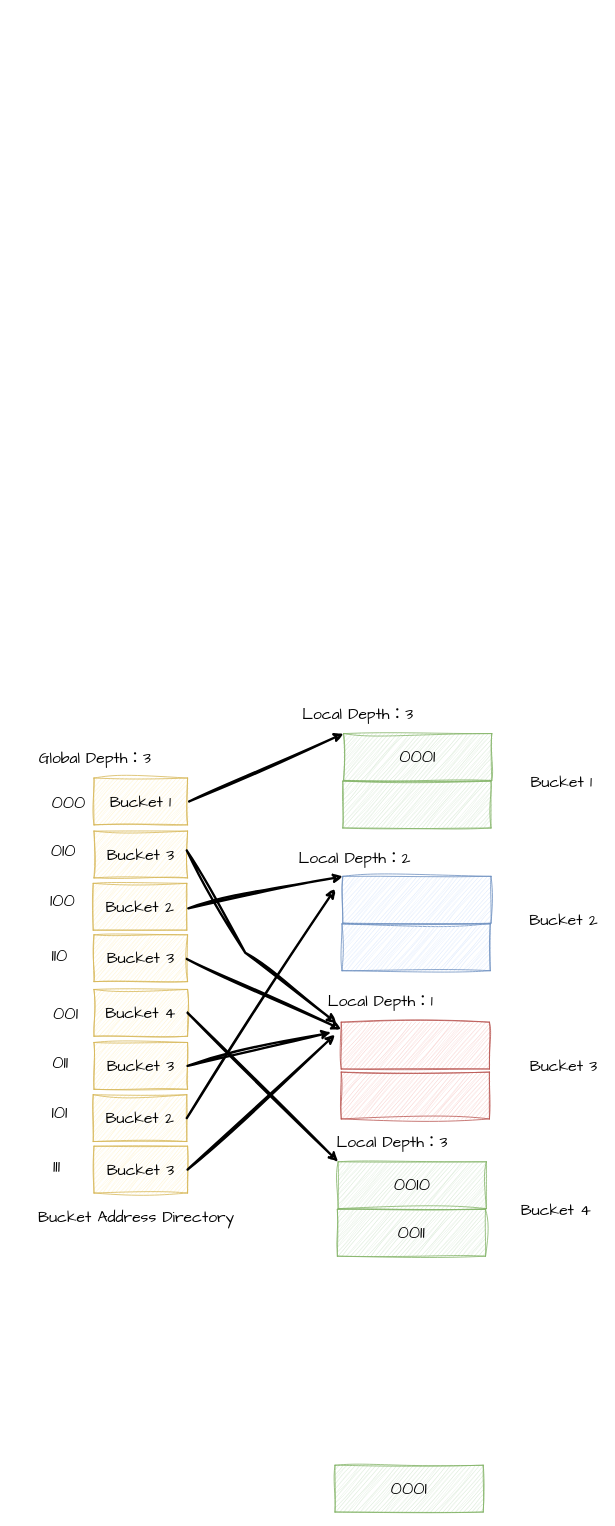
Before: blog.drawio in juruo-c/DrawIo, a draw.io diagram. Source tidied: cells renumbered, new cells numbered last; positions are measured from the earlier drawing's top-left corner, leaving out a move shared by most shapes. Both pictures are drawn from the tidied source at 78%, with x=0, y=0 at pixel (28, 700).
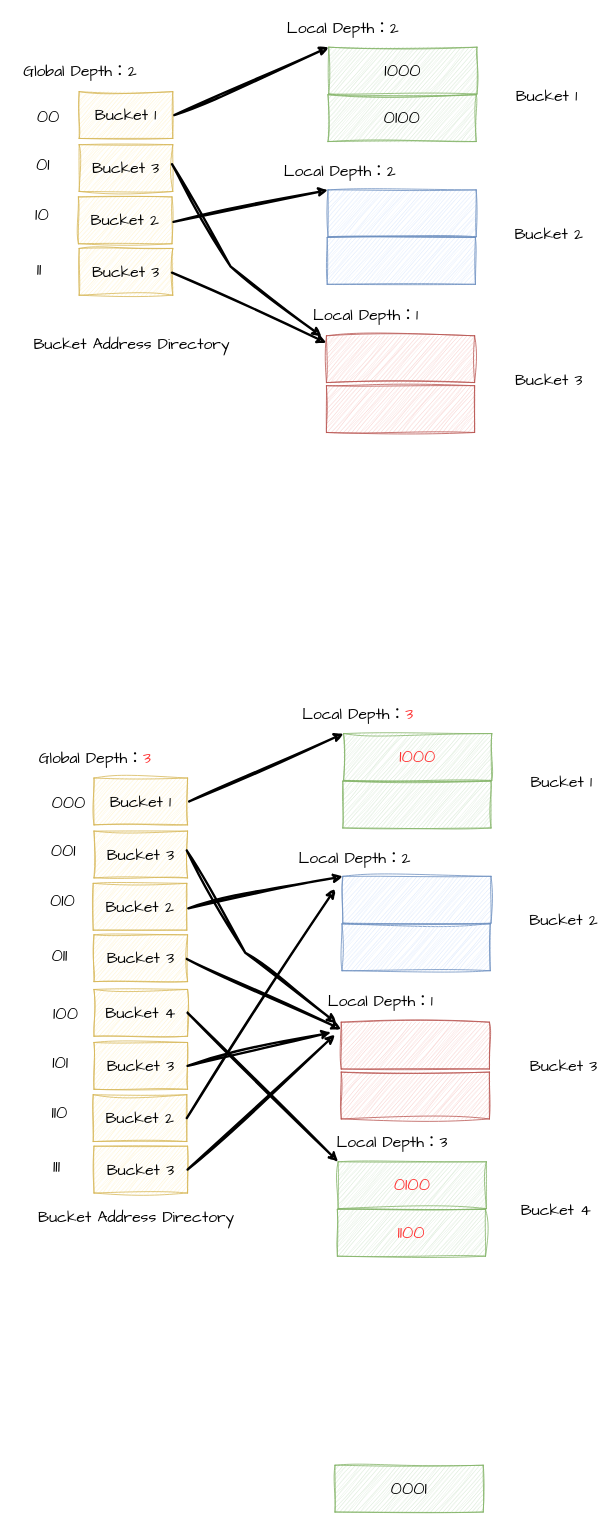
Above is the later version.

Change to the diagram source:
```diff
@@
-    <mxCell id="6" value="&lt;font&gt;&lt;span style=&quot;font-size: 23px;&quot;&gt;0001&lt;/span&gt;&lt;/font&gt;" style="rounded=0;whiteSpace=wrap;html=1;sketch=1;curveFitting=1;jiggle=2;fontFamily=Comic Sans MS;fillColor=#d5e8d4;strokeColor=#82b366;" parent="1" vertex="1">
+    <mxCell id="6" value="&lt;span style=&quot;font-size: 23px;&quot;&gt;&lt;font color=&quot;#ff3333&quot;&gt;1000&lt;/font&gt;&lt;/span&gt;" style="rounded=0;whiteSpace=wrap;html=1;sketch=1;curveFitting=1;jiggle=2;fontFamily=Comic Sans MS;fillColor=#d5e8d4;strokeColor=#82b366;" parent="1" vertex="1">
       <mxGeometry x="404" y="43" width="190" height="60" as="geometry" />
     </mxCell>
@@
-    <mxCell id="11" value="&lt;font style=&quot;font-size: 20px;&quot;&gt;Global Depth：3&lt;/font&gt;" style="text;html=1;align=center;verticalAlign=middle;strokeColor=none;fillColor=none;fontFamily=Comic Sans MS;" parent="1" vertex="1">
+    <mxCell id="11" value="&lt;font style=&quot;font-size: 20px;&quot;&gt;Global Depth：&lt;font color=&quot;#ff3333&quot;&gt;3&lt;/font&gt;&lt;/font&gt;" style="text;html=1;align=center;verticalAlign=middle;strokeColor=none;fillColor=none;fontFamily=Comic Sans MS;" parent="1" vertex="1">
       <mxGeometry y="56" width="170" height="36" as="geometry" />
     </mxCell>
@@
-    <mxCell id="13" value="&lt;font style=&quot;font-size: 20px;&quot;&gt;Local Depth：3&lt;/font&gt;" style="text;html=1;align=center;verticalAlign=middle;strokeColor=none;fillColor=none;fontFamily=Comic Sans MS;" parent="1" vertex="1">
+    <mxCell id="13" value="&lt;font style=&quot;font-size: 20px;&quot;&gt;Local Depth：&lt;font color=&quot;#ff3333&quot;&gt;3&lt;/font&gt;&lt;/font&gt;" style="text;html=1;align=center;verticalAlign=middle;strokeColor=none;fillColor=none;fontFamily=Comic Sans MS;" parent="1" vertex="1">
       <mxGeometry x="341" width="161" height="36" as="geometry" />
     </mxCell>
@@
-    <mxCell id="25" value="&lt;span style=&quot;color: rgb(0, 0, 0); font-family: &amp;quot;Comic Sans MS&amp;quot;; font-size: 23px; font-style: normal; font-variant-ligatures: normal; font-variant-caps: normal; font-weight: 400; letter-spacing: normal; orphans: 2; text-align: center; text-indent: 0px; text-transform: none; widows: 2; word-spacing: 0px; -webkit-text-stroke-width: 0px; background-color: rgb(255, 255, 255); text-decoration-thickness: initial; text-decoration-style: initial; text-decoration-color: initial; float: none; display: inline !important;&quot;&gt;010&lt;/span&gt;" style="text;whiteSpace=wrap;html=1;" parent="1" vertex="1">
+    <mxCell id="25" value="&lt;span style=&quot;color: rgb(0, 0, 0); font-family: &amp;quot;Comic Sans MS&amp;quot;; font-size: 23px; font-style: normal; font-variant-ligatures: normal; font-variant-caps: normal; font-weight: 400; letter-spacing: normal; orphans: 2; text-align: center; text-indent: 0px; text-transform: none; widows: 2; word-spacing: 0px; -webkit-text-stroke-width: 0px; background-color: rgb(255, 255, 255); text-decoration-thickness: initial; text-decoration-style: initial; text-decoration-color: initial; float: none; display: inline !important;&quot;&gt;001&lt;/span&gt;" style="text;whiteSpace=wrap;html=1;" parent="1" vertex="1">
       <mxGeometry x="27" y="174" width="52" height="50" as="geometry" />
     </mxCell>
-    <mxCell id="26" value="&lt;span style=&quot;color: rgb(0, 0, 0); font-family: &amp;quot;Comic Sans MS&amp;quot;; font-size: 23px; font-style: normal; font-variant-ligatures: normal; font-variant-caps: normal; font-weight: 400; letter-spacing: normal; orphans: 2; text-align: center; text-indent: 0px; text-transform: none; widows: 2; word-spacing: 0px; -webkit-text-stroke-width: 0px; background-color: rgb(255, 255, 255); text-decoration-thickness: initial; text-decoration-style: initial; text-decoration-color: initial; float: none; display: inline !important;&quot;&gt;100&lt;/span&gt;" style="text;whiteSpace=wrap;html=1;" parent="1" vertex="1">
+    <mxCell id="26" value="&lt;span style=&quot;color: rgb(0, 0, 0); font-family: &amp;quot;Comic Sans MS&amp;quot;; font-size: 23px; font-style: normal; font-variant-ligatures: normal; font-variant-caps: normal; font-weight: 400; letter-spacing: normal; orphans: 2; text-align: center; text-indent: 0px; text-transform: none; widows: 2; word-spacing: 0px; -webkit-text-stroke-width: 0px; background-color: rgb(255, 255, 255); text-decoration-thickness: initial; text-decoration-style: initial; text-decoration-color: initial; float: none; display: inline !important;&quot;&gt;010&lt;/span&gt;" style="text;whiteSpace=wrap;html=1;" parent="1" vertex="1">
       <mxGeometry x="26" y="238" width="52" height="50" as="geometry" />
     </mxCell>
-    <mxCell id="27" value="&lt;span style=&quot;color: rgb(0, 0, 0); font-family: &amp;quot;Comic Sans MS&amp;quot;; font-size: 23px; font-style: normal; font-variant-ligatures: normal; font-variant-caps: normal; font-weight: 400; letter-spacing: normal; orphans: 2; text-align: center; text-indent: 0px; text-transform: none; widows: 2; word-spacing: 0px; -webkit-text-stroke-width: 0px; background-color: rgb(255, 255, 255); text-decoration-thickness: initial; text-decoration-style: initial; text-decoration-color: initial; float: none; display: inline !important;&quot;&gt;110&lt;/span&gt;" style="text;whiteSpace=wrap;html=1;" parent="1" vertex="1">
+    <mxCell id="27" value="&lt;span style=&quot;color: rgb(0, 0, 0); font-family: &amp;quot;Comic Sans MS&amp;quot;; font-size: 23px; font-style: normal; font-variant-ligatures: normal; font-variant-caps: normal; font-weight: 400; letter-spacing: normal; orphans: 2; text-align: center; text-indent: 0px; text-transform: none; widows: 2; word-spacing: 0px; -webkit-text-stroke-width: 0px; background-color: rgb(255, 255, 255); text-decoration-thickness: initial; text-decoration-style: initial; text-decoration-color: initial; float: none; display: inline !important;&quot;&gt;011&lt;/span&gt;" style="text;whiteSpace=wrap;html=1;" parent="1" vertex="1">
       <mxGeometry x="28" y="308" width="49" height="50" as="geometry" />
     </mxCell>
@@
-    <mxCell id="33" value="&lt;span style=&quot;color: rgb(0, 0, 0); font-family: &amp;quot;Comic Sans MS&amp;quot;; font-size: 23px; font-style: normal; font-variant-ligatures: normal; font-variant-caps: normal; font-weight: 400; letter-spacing: normal; orphans: 2; text-align: center; text-indent: 0px; text-transform: none; widows: 2; word-spacing: 0px; -webkit-text-stroke-width: 0px; background-color: rgb(255, 255, 255); text-decoration-thickness: initial; text-decoration-style: initial; text-decoration-color: initial; float: none; display: inline !important;&quot;&gt;001&lt;/span&gt;" style="text;whiteSpace=wrap;html=1;" parent="1" vertex="1">
+    <mxCell id="33" value="&lt;span style=&quot;color: rgb(0, 0, 0); font-family: &amp;quot;Comic Sans MS&amp;quot;; font-size: 23px; font-style: normal; font-variant-ligatures: normal; font-variant-caps: normal; font-weight: 400; letter-spacing: normal; orphans: 2; text-align: center; text-indent: 0px; text-transform: none; widows: 2; word-spacing: 0px; -webkit-text-stroke-width: 0px; background-color: rgb(255, 255, 255); text-decoration-thickness: initial; text-decoration-style: initial; text-decoration-color: initial; float: none; display: inline !important;&quot;&gt;100&lt;/span&gt;" style="text;whiteSpace=wrap;html=1;" parent="1" vertex="1">
       <mxGeometry x="30" y="383" width="56" height="50" as="geometry" />
     </mxCell>
-    <mxCell id="34" value="&lt;span style=&quot;color: rgb(0, 0, 0); font-family: &amp;quot;Comic Sans MS&amp;quot;; font-size: 23px; font-style: normal; font-variant-ligatures: normal; font-variant-caps: normal; font-weight: 400; letter-spacing: normal; orphans: 2; text-align: center; text-indent: 0px; text-transform: none; widows: 2; word-spacing: 0px; -webkit-text-stroke-width: 0px; background-color: rgb(255, 255, 255); text-decoration-thickness: initial; text-decoration-style: initial; text-decoration-color: initial; float: none; display: inline !important;&quot;&gt;011&lt;/span&gt;" style="text;whiteSpace=wrap;html=1;" parent="1" vertex="1">
+    <mxCell id="34" value="&lt;span style=&quot;color: rgb(0, 0, 0); font-family: &amp;quot;Comic Sans MS&amp;quot;; font-size: 23px; font-style: normal; font-variant-ligatures: normal; font-variant-caps: normal; font-weight: 400; letter-spacing: normal; orphans: 2; text-align: center; text-indent: 0px; text-transform: none; widows: 2; word-spacing: 0px; -webkit-text-stroke-width: 0px; background-color: rgb(255, 255, 255); text-decoration-thickness: initial; text-decoration-style: initial; text-decoration-color: initial; float: none; display: inline !important;&quot;&gt;101&lt;/span&gt;" style="text;whiteSpace=wrap;html=1;" parent="1" vertex="1">
       <mxGeometry x="29" y="445" width="52" height="50" as="geometry" />
     </mxCell>
-    <mxCell id="35" value="&lt;span style=&quot;color: rgb(0, 0, 0); font-family: &amp;quot;Comic Sans MS&amp;quot;; font-size: 23px; font-style: normal; font-variant-ligatures: normal; font-variant-caps: normal; font-weight: 400; letter-spacing: normal; orphans: 2; text-align: center; text-indent: 0px; text-transform: none; widows: 2; word-spacing: 0px; -webkit-text-stroke-width: 0px; background-color: rgb(255, 255, 255); text-decoration-thickness: initial; text-decoration-style: initial; text-decoration-color: initial; float: none; display: inline !important;&quot;&gt;101&lt;/span&gt;" style="text;whiteSpace=wrap;html=1;" parent="1" vertex="1">
+    <mxCell id="35" value="&lt;span style=&quot;color: rgb(0, 0, 0); font-family: &amp;quot;Comic Sans MS&amp;quot;; font-size: 23px; font-style: normal; font-variant-ligatures: normal; font-variant-caps: normal; font-weight: 400; letter-spacing: normal; orphans: 2; text-align: center; text-indent: 0px; text-transform: none; widows: 2; word-spacing: 0px; -webkit-text-stroke-width: 0px; background-color: rgb(255, 255, 255); text-decoration-thickness: initial; text-decoration-style: initial; text-decoration-color: initial; float: none; display: inline !important;&quot;&gt;110&lt;/span&gt;" style="text;whiteSpace=wrap;html=1;" parent="1" vertex="1">
       <mxGeometry x="28" y="509" width="52" height="50" as="geometry" />
     </mxCell>
@@
-    <mxCell id="37" value="0010" style="rounded=0;whiteSpace=wrap;html=1;sketch=1;curveFitting=1;jiggle=2;fontFamily=Comic Sans MS;fillColor=#d5e8d4;strokeColor=#82b366;fontSize=23;" parent="1" vertex="1">
+    <mxCell id="37" value="&lt;font color=&quot;#ff3333&quot;&gt;0100&lt;/font&gt;" style="rounded=0;whiteSpace=wrap;html=1;sketch=1;curveFitting=1;jiggle=2;fontFamily=Comic Sans MS;fillColor=#d5e8d4;strokeColor=#82b366;fontSize=23;" parent="1" vertex="1">
       <mxGeometry x="397" y="592" width="190" height="60" as="geometry" />
     </mxCell>
-    <mxCell id="38" value="0011" style="rounded=0;whiteSpace=wrap;html=1;sketch=1;curveFitting=1;jiggle=2;fontFamily=Comic Sans MS;fillColor=#d5e8d4;strokeColor=#82b366;fontSize=23;" parent="1" vertex="1">
+    <mxCell id="38" value="&lt;font color=&quot;#ff3333&quot;&gt;1100&lt;/font&gt;" style="rounded=0;whiteSpace=wrap;html=1;sketch=1;curveFitting=1;jiggle=2;fontFamily=Comic Sans MS;fillColor=#d5e8d4;strokeColor=#82b366;fontSize=23;" parent="1" vertex="1">
       <mxGeometry x="396" y="653" width="190" height="60" as="geometry" />
     </mxCell>
@@
+    <mxCell id="45" value="Bucket 1" style="rounded=0;whiteSpace=wrap;html=1;sketch=1;curveFitting=1;jiggle=2;fontFamily=Comic Sans MS;fillColor=#fff2cc;strokeColor=#d6b656;fontSize=20;" parent="1" vertex="1">
+      <mxGeometry x="65" y="-780" width="120" height="60" as="geometry" />
+    </mxCell>
+    <mxCell id="46" value="Bucket 3" style="rounded=0;whiteSpace=wrap;html=1;sketch=1;curveFitting=1;jiggle=2;fontFamily=Comic Sans MS;fillColor=#fff2cc;strokeColor=#d6b656;fontSize=20;" parent="1" vertex="1">
+      <mxGeometry x="65" y="-712" width="120" height="60" as="geometry" />
+    </mxCell>
+    <mxCell id="47" value="Bucket 2" style="rounded=0;whiteSpace=wrap;html=1;sketch=1;curveFitting=1;jiggle=2;fontFamily=Comic Sans MS;fillColor=#fff2cc;strokeColor=#d6b656;fontSize=20;" parent="1" vertex="1">
+      <mxGeometry x="64" y="-645" width="120" height="60" as="geometry" />
+    </mxCell>
+    <mxCell id="48" value="Bucket 3" style="rounded=0;whiteSpace=wrap;html=1;sketch=1;curveFitting=1;jiggle=2;fontFamily=Comic Sans MS;fillColor=#fff2cc;strokeColor=#d6b656;fontSize=20;" parent="1" vertex="1">
+      <mxGeometry x="65" y="-579" width="120" height="60" as="geometry" />
+    </mxCell>
+    <mxCell id="49" value="&lt;span style=&quot;font-size: 23px;&quot;&gt;1000&lt;/span&gt;" style="rounded=0;whiteSpace=wrap;html=1;sketch=1;curveFitting=1;jiggle=2;fontFamily=Comic Sans MS;fillColor=#d5e8d4;strokeColor=#82b366;" parent="1" vertex="1">
+      <mxGeometry x="385" y="-837" width="190" height="60" as="geometry" />
+    </mxCell>
+    <mxCell id="50" style="rounded=0;whiteSpace=wrap;html=1;sketch=1;curveFitting=1;jiggle=2;fontFamily=Comic Sans MS;fillColor=#f8cecc;strokeColor=#b85450;" parent="1" vertex="1">
+      <mxGeometry x="382" y="-467" width="190" height="60" as="geometry" />
+    </mxCell>
+    <mxCell id="51" value="&lt;font style=&quot;font-size: 23px;&quot;&gt;0100&lt;/font&gt;" style="rounded=0;whiteSpace=wrap;html=1;sketch=1;curveFitting=1;jiggle=2;fontFamily=Comic Sans MS;fillColor=#d5e8d4;strokeColor=#82b366;" parent="1" vertex="1">
+      <mxGeometry x="384" y="-776" width="190" height="60" as="geometry" />
+    </mxCell>
+    <mxCell id="52" style="rounded=0;whiteSpace=wrap;html=1;sketch=1;curveFitting=1;jiggle=2;fontFamily=Comic Sans MS;fillColor=#dae8fc;strokeColor=#6c8ebf;" parent="1" vertex="1">
+      <mxGeometry x="384" y="-654" width="190" height="60" as="geometry" />
+    </mxCell>
+    <mxCell id="53" style="rounded=0;whiteSpace=wrap;html=1;sketch=1;curveFitting=1;jiggle=2;fontFamily=Comic Sans MS;fillColor=#dae8fc;strokeColor=#6c8ebf;" parent="1" vertex="1">
+      <mxGeometry x="383" y="-593" width="190" height="60" as="geometry" />
+    </mxCell>
+    <mxCell id="54" value="&lt;font style=&quot;font-size: 20px;&quot;&gt;Global Depth：2&lt;/font&gt;" style="text;html=1;align=center;verticalAlign=middle;strokeColor=none;fillColor=none;fontFamily=Comic Sans MS;" parent="1" vertex="1">
+      <mxGeometry x="-19" y="-824" width="170" height="36" as="geometry" />
+    </mxCell>
+    <mxCell id="55" style="rounded=0;whiteSpace=wrap;html=1;sketch=1;curveFitting=1;jiggle=2;fontFamily=Comic Sans MS;fillColor=#f8cecc;strokeColor=#b85450;" parent="1" vertex="1">
+      <mxGeometry x="382" y="-403" width="190" height="60" as="geometry" />
+    </mxCell>
+    <mxCell id="56" value="&lt;font style=&quot;font-size: 20px;&quot;&gt;Local Depth：2&lt;/font&gt;" style="text;html=1;align=center;verticalAlign=middle;strokeColor=none;fillColor=none;fontFamily=Comic Sans MS;" parent="1" vertex="1">
+      <mxGeometry x="322" y="-880" width="161" height="36" as="geometry" />
+    </mxCell>
+    <mxCell id="57" value="&lt;font style=&quot;font-size: 20px;&quot;&gt;Local Depth：2&lt;/font&gt;" style="text;html=1;align=center;verticalAlign=middle;strokeColor=none;fillColor=none;fontFamily=Comic Sans MS;" parent="1" vertex="1">
+      <mxGeometry x="318" y="-696" width="161" height="36" as="geometry" />
+    </mxCell>
+    <mxCell id="58" value="&lt;font style=&quot;font-size: 20px;&quot;&gt;Local Depth：1&lt;/font&gt;" style="text;html=1;align=center;verticalAlign=middle;strokeColor=none;fillColor=none;fontFamily=Comic Sans MS;" parent="1" vertex="1">
+      <mxGeometry x="353" y="-512" width="158" height="36" as="geometry" />
+    </mxCell>
+    <mxCell id="59" style="endArrow=classic;html=1;rounded=0;sketch=1;curveFitting=1;jiggle=2;entryX=0;entryY=0;entryDx=0;entryDy=0;strokeWidth=3;" parent="1" edge="1" target="49">
+      <mxGeometry relative="1" as="geometry">
+        <mxPoint x="187" y="-750" as="sourcePoint" />
+      </mxGeometry>
+    </mxCell>
+    <mxCell id="60" style="endArrow=classic;html=1;rounded=0;sketch=1;curveFitting=1;jiggle=2;entryX=-0.032;entryY=0.017;entryDx=0;entryDy=0;strokeWidth=3;entryPerimeter=0;" parent="1" edge="1" target="50">
+      <mxGeometry relative="1" as="geometry">
+        <mxPoint x="184" y="-687" as="sourcePoint" />
+        <Array as="points">
+          <mxPoint x="259" y="-556" />
+        </Array>
+      </mxGeometry>
+    </mxCell>
+    <mxCell id="61" style="endArrow=classic;html=1;rounded=0;sketch=1;curveFitting=1;jiggle=2;entryX=0;entryY=0;entryDx=0;entryDy=0;strokeWidth=3;" parent="1" edge="1" target="52">
+      <mxGeometry relative="1" as="geometry">
+        <mxPoint x="186" y="-613" as="sourcePoint" />
+      </mxGeometry>
+    </mxCell>
+    <mxCell id="62" style="endArrow=classic;html=1;rounded=0;sketch=1;curveFitting=1;jiggle=2;strokeWidth=3;entryX=0;entryY=0.15;entryDx=0;entryDy=0;entryPerimeter=0;" parent="1" edge="1" target="50">
+      <mxGeometry relative="1" as="geometry">
+        <mxPoint x="184" y="-548" as="sourcePoint" />
+      </mxGeometry>
+    </mxCell>
+    <mxCell id="63" value="&lt;font style=&quot;font-size: 20px;&quot;&gt;Bucket 1&lt;/font&gt;" style="text;html=1;align=center;verticalAlign=middle;strokeColor=none;fillColor=none;fontFamily=Comic Sans MS;" parent="1" vertex="1">
+      <mxGeometry x="615" y="-793" width="97" height="36" as="geometry" />
+    </mxCell>
+    <mxCell id="64" value="&lt;font style=&quot;font-size: 20px;&quot;&gt;Bucket 2&lt;/font&gt;" style="text;html=1;align=center;verticalAlign=middle;strokeColor=none;fillColor=none;fontFamily=Comic Sans MS;" parent="1" vertex="1">
+      <mxGeometry x="616" y="-616" width="101" height="36" as="geometry" />
+    </mxCell>
+    <mxCell id="65" value="&lt;font style=&quot;font-size: 20px;&quot;&gt;Bucket 3&lt;/font&gt;" style="text;html=1;align=center;verticalAlign=middle;strokeColor=none;fillColor=none;fontFamily=Comic Sans MS;" parent="1" vertex="1">
+      <mxGeometry x="616" y="-429" width="101" height="36" as="geometry" />
+    </mxCell>
+    <mxCell id="66" value="&lt;font style=&quot;font-size: 20px;&quot;&gt;Bucket Address Directory&lt;/font&gt;" style="text;html=1;align=center;verticalAlign=middle;strokeColor=none;fillColor=none;fontFamily=Comic Sans MS;" parent="1" vertex="1">
+      <mxGeometry y="-475" width="263" height="36" as="geometry" />
+    </mxCell>
+    <mxCell id="67" value="&lt;span style=&quot;color: rgb(0, 0, 0); font-family: &amp;quot;Comic Sans MS&amp;quot;; font-size: 23px; font-style: normal; font-variant-ligatures: normal; font-variant-caps: normal; font-weight: 400; letter-spacing: normal; orphans: 2; text-align: center; text-indent: 0px; text-transform: none; widows: 2; word-spacing: 0px; -webkit-text-stroke-width: 0px; background-color: rgb(255, 255, 255); text-decoration-thickness: initial; text-decoration-style: initial; text-decoration-color: initial; float: none; display: inline !important;&quot;&gt;00&lt;/span&gt;" style="text;whiteSpace=wrap;html=1;" parent="1" vertex="1">
+      <mxGeometry x="9" y="-768" width="56" height="50" as="geometry" />
+    </mxCell>
+    <mxCell id="68" value="&lt;span style=&quot;color: rgb(0, 0, 0); font-family: &amp;quot;Comic Sans MS&amp;quot;; font-size: 23px; font-style: normal; font-variant-ligatures: normal; font-variant-caps: normal; font-weight: 400; letter-spacing: normal; orphans: 2; text-align: center; text-indent: 0px; text-transform: none; widows: 2; word-spacing: 0px; -webkit-text-stroke-width: 0px; background-color: rgb(255, 255, 255); text-decoration-thickness: initial; text-decoration-style: initial; text-decoration-color: initial; float: none; display: inline !important;&quot;&gt;01&lt;/span&gt;" style="text;whiteSpace=wrap;html=1;" parent="1" vertex="1">
+      <mxGeometry x="8" y="-706" width="52" height="50" as="geometry" />
+    </mxCell>
+    <mxCell id="69" value="&lt;span style=&quot;color: rgb(0, 0, 0); font-family: &amp;quot;Comic Sans MS&amp;quot;; font-size: 23px; font-style: normal; font-variant-ligatures: normal; font-variant-caps: normal; font-weight: 400; letter-spacing: normal; orphans: 2; text-align: center; text-indent: 0px; text-transform: none; widows: 2; word-spacing: 0px; -webkit-text-stroke-width: 0px; background-color: rgb(255, 255, 255); text-decoration-thickness: initial; text-decoration-style: initial; text-decoration-color: initial; float: none; display: inline !important;&quot;&gt;10&lt;/span&gt;" style="text;whiteSpace=wrap;html=1;" parent="1" vertex="1">
+      <mxGeometry x="7" y="-642" width="52" height="50" as="geometry" />
+    </mxCell>
+    <mxCell id="70" value="&lt;span style=&quot;color: rgb(0, 0, 0); font-family: &amp;quot;Comic Sans MS&amp;quot;; font-size: 23px; font-style: normal; font-variant-ligatures: normal; font-variant-caps: normal; font-weight: 400; letter-spacing: normal; orphans: 2; text-align: center; text-indent: 0px; text-transform: none; widows: 2; word-spacing: 0px; -webkit-text-stroke-width: 0px; background-color: rgb(255, 255, 255); text-decoration-thickness: initial; text-decoration-style: initial; text-decoration-color: initial; float: none; display: inline !important;&quot;&gt;11&lt;/span&gt;" style="text;whiteSpace=wrap;html=1;" parent="1" vertex="1">
+      <mxGeometry x="9" y="-572" width="49" height="50" as="geometry" />
+    </mxCell>
```
